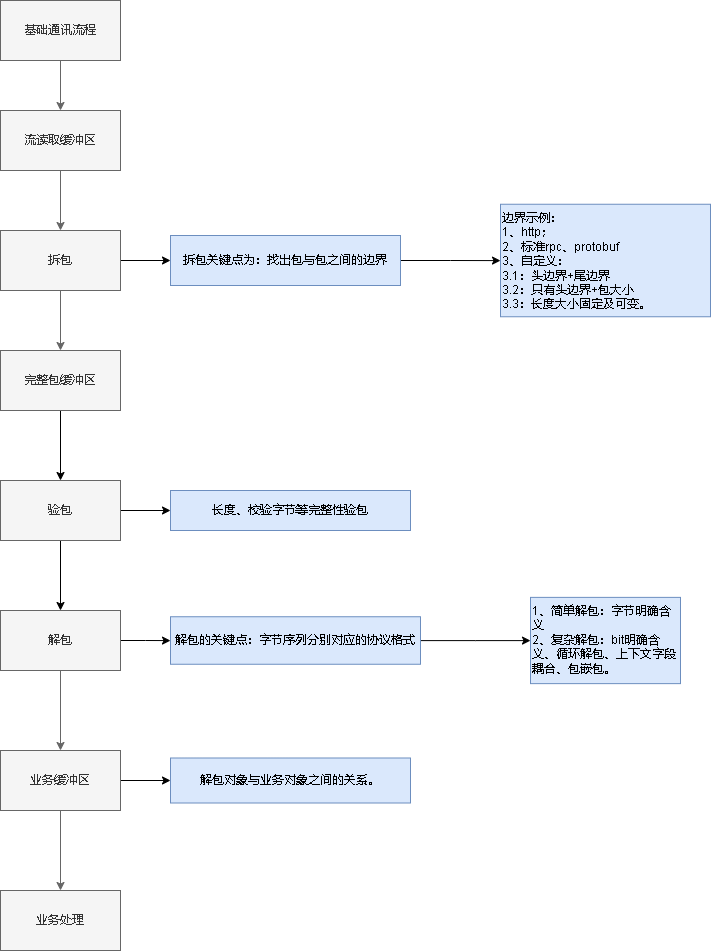
This is cgo8_通讯设计.drawio.png from xktder/draw, a draw.io export, as it was before one commit. Source tidied: cells renumbered, new cells last; positions are measured from the earlier drawing's top-left corner, leaving out a move shared by most shapes. The source it was exported from:
```xml
<mxGraphModel>
  <root>
    <mxCell id="0" />
    <mxCell id="1" parent="0" />
    <mxCell id="2" style="edgeStyle=orthogonalEdgeStyle;rounded=0;jettySize=auto;html=1;fillColor=#f5f5f5;strokeColor=#666666;" parent="1" edge="1" source="3" target="5">
      <mxGeometry relative="1" as="geometry" />
    </mxCell>
    <mxCell id="3" value="基础通讯流程" style="rounded=0;whiteSpace=wrap;html=1;fillColor=#f5f5f5;fontColor=#333333;strokeColor=#666666;" parent="1" vertex="1">
      <mxGeometry width="120" height="60" as="geometry" />
    </mxCell>
    <mxCell id="4" style="edgeStyle=orthogonalEdgeStyle;rounded=0;jettySize=auto;html=1;fillColor=#f5f5f5;strokeColor=#666666;" parent="1" edge="1" source="5" target="8">
      <mxGeometry relative="1" as="geometry" />
    </mxCell>
    <mxCell id="5" value="流读取缓冲区" style="whiteSpace=wrap;html=1;rounded=0;fillColor=#f5f5f5;fontColor=#333333;strokeColor=#666666;" parent="1" vertex="1">
      <mxGeometry y="110" width="120" height="60" as="geometry" />
    </mxCell>
    <mxCell id="6" style="edgeStyle=orthogonalEdgeStyle;rounded=0;jettySize=auto;html=1;fillColor=#f5f5f5;strokeColor=#666666;" parent="1" edge="1" source="8" target="10">
      <mxGeometry relative="1" as="geometry" />
    </mxCell>
    <mxCell id="7" style="edgeStyle=orthogonalEdgeStyle;rounded=0;jettySize=auto;html=1;" parent="1" edge="1" source="8" target="15">
      <mxGeometry relative="1" as="geometry" />
    </mxCell>
    <mxCell id="8" value="拆包" style="whiteSpace=wrap;html=1;rounded=0;fillColor=#f5f5f5;fontColor=#333333;strokeColor=#666666;" parent="1" vertex="1">
      <mxGeometry y="230" width="120" height="60" as="geometry" />
    </mxCell>
    <mxCell id="9" style="edgeStyle=orthogonalEdgeStyle;rounded=0;jettySize=auto;html=1;" parent="1" edge="1" source="10" target="25">
      <mxGeometry relative="1" as="geometry" />
    </mxCell>
    <mxCell id="10" value="完整包缓冲区" style="whiteSpace=wrap;html=1;rounded=0;fillColor=#f5f5f5;fontColor=#333333;strokeColor=#666666;" parent="1" vertex="1">
      <mxGeometry y="350" width="120" height="60" as="geometry" />
    </mxCell>
    <mxCell id="11" style="edgeStyle=orthogonalEdgeStyle;rounded=0;jettySize=auto;html=1;fillColor=#f5f5f5;strokeColor=#666666;" parent="1" edge="1" source="13" target="18">
      <mxGeometry relative="1" as="geometry" />
    </mxCell>
    <mxCell id="12" style="edgeStyle=orthogonalEdgeStyle;rounded=0;jettySize=auto;html=1;" parent="1" edge="1" source="13" target="21">
      <mxGeometry relative="1" as="geometry" />
    </mxCell>
    <mxCell id="13" value="解包" style="whiteSpace=wrap;html=1;rounded=0;fillColor=#f5f5f5;fontColor=#333333;strokeColor=#666666;" parent="1" vertex="1">
      <mxGeometry y="610" width="120" height="60" as="geometry" />
    </mxCell>
    <mxCell id="14" style="edgeStyle=orthogonalEdgeStyle;rounded=0;jettySize=auto;html=1;" parent="1" edge="1" source="15" target="22">
      <mxGeometry relative="1" as="geometry" />
    </mxCell>
    <mxCell id="15" value="拆包关键点为：找出包与包之间的边界&lt;br&gt;" style="whiteSpace=wrap;html=1;rounded=0;fillColor=#dae8fc;strokeColor=#6c8ebf;" parent="1" vertex="1">
      <mxGeometry x="170" y="235" width="230" height="50" as="geometry" />
    </mxCell>
    <mxCell id="16" style="edgeStyle=orthogonalEdgeStyle;rounded=0;jettySize=auto;html=1;fillColor=#f5f5f5;strokeColor=#666666;" parent="1" edge="1" source="18" target="19">
      <mxGeometry relative="1" as="geometry" />
    </mxCell>
    <mxCell id="17" style="edgeStyle=orthogonalEdgeStyle;rounded=0;jettySize=auto;html=1;exitX=1;exitY=0.5;exitDx=0;exitDy=0;entryX=0;entryY=0.5;entryDx=0;entryDy=0;" parent="1" edge="1" source="18" target="28">
      <mxGeometry relative="1" as="geometry" />
    </mxCell>
    <mxCell id="18" value="业务缓冲区" style="whiteSpace=wrap;html=1;rounded=0;fillColor=#f5f5f5;fontColor=#333333;strokeColor=#666666;" parent="1" vertex="1">
      <mxGeometry y="750" width="120" height="60" as="geometry" />
    </mxCell>
    <mxCell id="19" value="业务处理" style="whiteSpace=wrap;html=1;rounded=0;fillColor=#f5f5f5;fontColor=#333333;strokeColor=#666666;" parent="1" vertex="1">
      <mxGeometry y="890" width="120" height="60" as="geometry" />
    </mxCell>
    <mxCell id="20" style="edgeStyle=orthogonalEdgeStyle;rounded=0;jettySize=auto;html=1;" parent="1" edge="1" source="21" target="26">
      <mxGeometry relative="1" as="geometry" />
    </mxCell>
    <mxCell id="21" value="解包的关键点：字节序列分别对应的协议格式&lt;br&gt;" style="whiteSpace=wrap;html=1;rounded=0;fillColor=#dae8fc;strokeColor=#6c8ebf;" parent="1" vertex="1">
      <mxGeometry x="170" y="616.2" width="250" height="47.5" as="geometry" />
    </mxCell>
    <mxCell id="22" value="边界示例：&lt;br&gt;1、http；&lt;br&gt;2、标准rpc、protobuf&lt;br&gt;3、自定义：&lt;br&gt;3.1：头边界+尾边界&lt;br&gt;3.2：只有头边界+包大小&lt;br&gt;3.3：长度大小固定及可变。" style="whiteSpace=wrap;html=1;fillColor=#dae8fc;strokeColor=#6c8ebf;rounded=0;align=left;verticalAlign=top;" parent="1" vertex="1">
      <mxGeometry x="500" y="203.8" width="210" height="112.5" as="geometry" />
    </mxCell>
    <mxCell id="23" style="edgeStyle=orthogonalEdgeStyle;rounded=0;jettySize=auto;html=1;" parent="1" edge="1" source="25" target="13">
      <mxGeometry relative="1" as="geometry" />
    </mxCell>
    <mxCell id="24" style="edgeStyle=orthogonalEdgeStyle;rounded=0;jettySize=auto;html=1;" parent="1" edge="1" source="25" target="27">
      <mxGeometry relative="1" as="geometry" />
    </mxCell>
    <mxCell id="25" value="验包" style="whiteSpace=wrap;html=1;rounded=0;fillColor=#f5f5f5;fontColor=#333333;strokeColor=#666666;" parent="1" vertex="1">
      <mxGeometry y="480" width="120" height="60" as="geometry" />
    </mxCell>
    <mxCell id="26" value="1、简单解包：字节明确含义&lt;br&gt;2、复杂解包：bit明确含义、循环解包、上下文字段耦合、包嵌包。" style="whiteSpace=wrap;html=1;fillColor=#dae8fc;strokeColor=#6c8ebf;rounded=0;align=left;verticalAlign=top;" parent="1" vertex="1">
      <mxGeometry x="530" y="596.9" width="150" height="86.2" as="geometry" />
    </mxCell>
    <mxCell id="27" value="长度、校验字节等完整性验包" style="whiteSpace=wrap;html=1;rounded=0;fillColor=#dae8fc;strokeColor=#6c8ebf;" parent="1" vertex="1">
      <mxGeometry x="170" y="490" width="240" height="40" as="geometry" />
    </mxCell>
    <mxCell id="28" value="解包对象与业务对象之间的关系。" style="whiteSpace=wrap;html=1;rounded=0;fillColor=#dae8fc;strokeColor=#6c8ebf;" parent="1" vertex="1">
      <mxGeometry x="170" y="757.5" width="240" height="45" as="geometry" />
    </mxCell>
  </root>
</mxGraphModel>
```
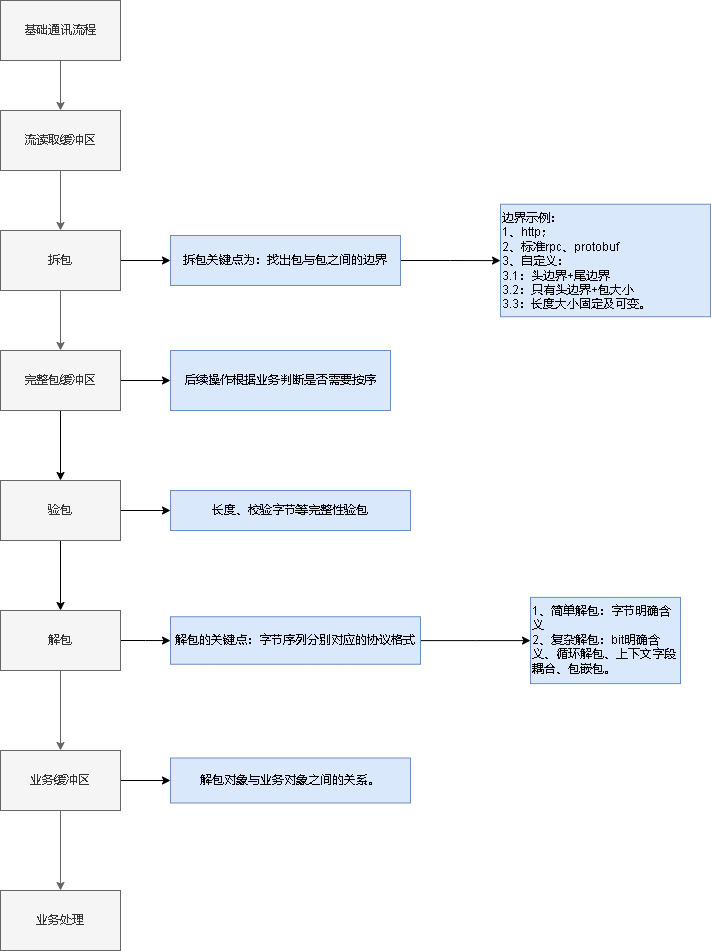
After the commit.

Commit message:
更新cgo8_通讯设计.drawio.png

Change to the diagram source:
```diff
@@ -26,6 +26,9 @@
     <mxCell id="9" style="edgeStyle=orthogonalEdgeStyle;rounded=0;jettySize=auto;html=1;" parent="1" edge="1" source="10" target="25">
       <mxGeometry relative="1" as="geometry" />
     </mxCell>
+    <mxCell id="29" style="edgeStyle=orthogonalEdgeStyle;rounded=0;jettySize=auto;html=1;" parent="1" edge="1" source="10" target="30">
+      <mxGeometry relative="1" as="geometry" />
+    </mxCell>
     <mxCell id="10" value="完整包缓冲区" style="whiteSpace=wrap;html=1;rounded=0;fillColor=#f5f5f5;fontColor=#333333;strokeColor=#666666;" parent="1" vertex="1">
       <mxGeometry y="350" width="120" height="60" as="geometry" />
     </mxCell>
@@ -83,5 +86,8 @@
     <mxCell id="28" value="解包对象与业务对象之间的关系。" style="whiteSpace=wrap;html=1;rounded=0;fillColor=#dae8fc;strokeColor=#6c8ebf;" parent="1" vertex="1">
       <mxGeometry x="170" y="757.5" width="240" height="45" as="geometry" />
     </mxCell>
+    <mxCell id="30" value="后续操作根据业务判断是否需要按序" style="whiteSpace=wrap;html=1;rounded=0;fillColor=#dae8fc;strokeColor=#6c8ebf;" parent="1" vertex="1">
+      <mxGeometry x="170" y="350" width="220" height="60" as="geometry" />
+    </mxCell>
   </root>
 </mxGraphModel>
```
